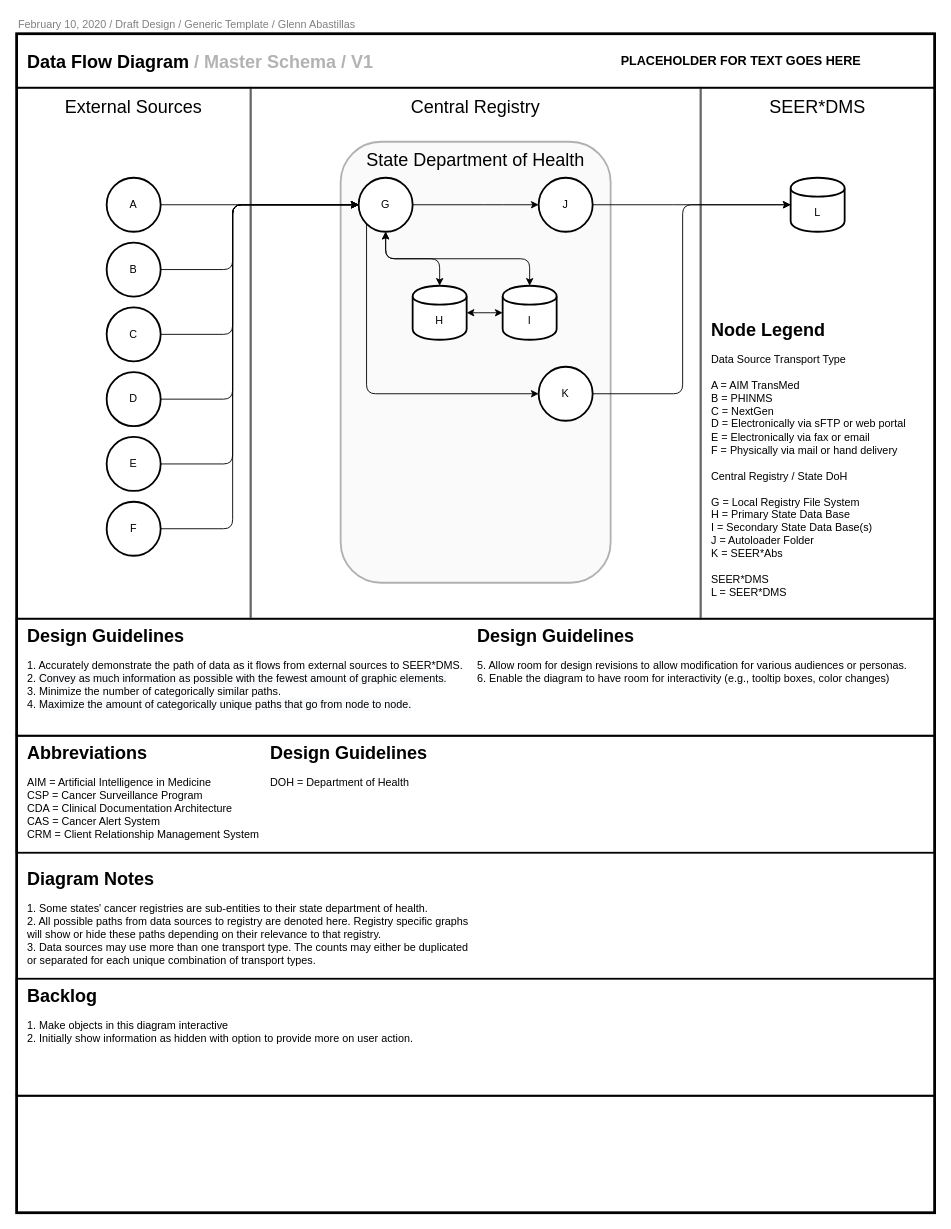
Before: page "master_schema" (1 of 4) of ws5/svg/master_schema.drawio in gabastil/nci-seer, a draw.io diagram. Source tidied: cells renumbered, new cells numbered last; positions are measured from the earlier drawing's top-left corner, leaving out a move shared by most shapes. Both pictures are drawn from the tidied source at 90%, with x=0, y=0 at pixel (16, 15).
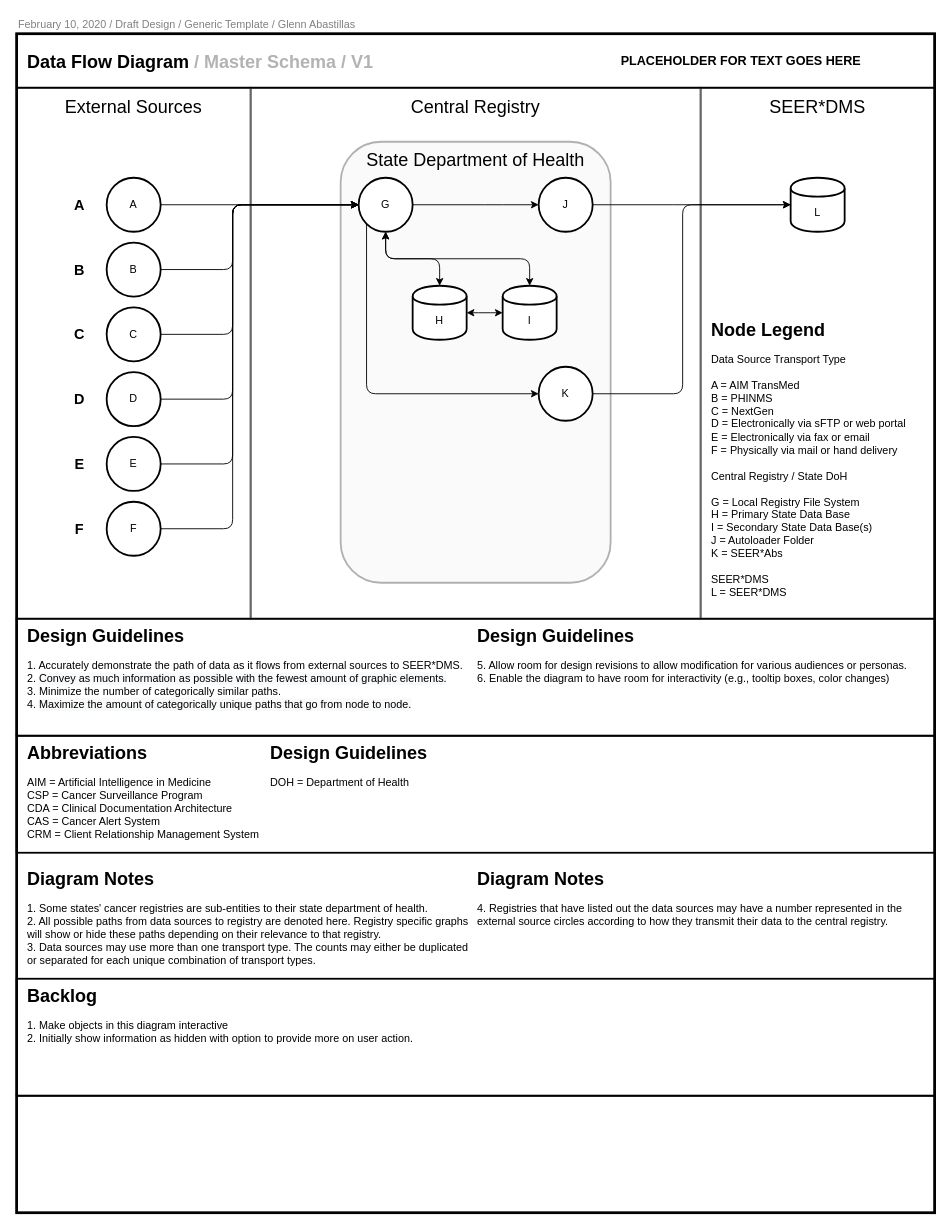
The same page after the edit.

The edit, as a diff of the source:
```diff
@@
+    <mxCell id="57" value="&lt;div align=&quot;left&quot; style=&quot;font-size: 20px&quot;&gt;&lt;font color=&quot;transparent&quot; style=&quot;font-size: 20px&quot;&gt;&lt;b&gt;Diagram Notes&lt;/b&gt;&lt;/font&gt;&lt;/div&gt;&lt;div align=&quot;left&quot; style=&quot;font-size: 12px&quot;&gt;&lt;font color=&quot;transparent&quot;&gt;&lt;/font&gt;&lt;br&gt;&lt;/div&gt;&lt;div align=&quot;left&quot; style=&quot;font-size: 12px&quot;&gt;4. Registries that have listed out the data sources may have a number represented in the external source circles according to how they transmit their data to the central registry.&lt;/div&gt;" style="rounded=0;whiteSpace=wrap;html=1;strokeWidth=4;fillColor=none;align=left;fontSize=12;fontStyle=0;strokeColor=none;verticalAlign=top;" parent="6" vertex="1">
+      <mxGeometry x="510" y="940" width="500" height="130" as="geometry" />
+    </mxCell>
@@
+    <mxCell id="58" value="A" style="ellipse;whiteSpace=wrap;html=1;strokeWidth=2;flipV=1;fillColor=none;strokeColor=none;fontSize=16;fontStyle=1;" parent="27" vertex="1">
+      <mxGeometry x="40" y="180" width="60" height="60" as="geometry" />
+    </mxCell>
+    <mxCell id="59" value="B" style="ellipse;whiteSpace=wrap;html=1;strokeWidth=2;flipV=1;fillColor=none;strokeColor=none;fontSize=16;fontStyle=1;" parent="27" vertex="1">
+      <mxGeometry x="40" y="252" width="60" height="60" as="geometry" />
+    </mxCell>
+    <mxCell id="60" value="C" style="ellipse;whiteSpace=wrap;html=1;strokeWidth=2;flipV=1;fillColor=none;strokeColor=none;fontSize=16;fontStyle=1;" parent="27" vertex="1">
+      <mxGeometry x="40" y="324" width="60" height="60" as="geometry" />
+    </mxCell>
+    <mxCell id="61" value="D" style="ellipse;whiteSpace=wrap;html=1;strokeWidth=2;flipV=1;fillColor=none;strokeColor=none;fontSize=16;fontStyle=1;" parent="27" vertex="1">
+      <mxGeometry x="40" y="396" width="60" height="60" as="geometry" />
+    </mxCell>
+    <mxCell id="62" value="E" style="ellipse;whiteSpace=wrap;html=1;strokeWidth=2;flipV=1;fillColor=none;strokeColor=none;fontSize=16;fontStyle=1;" parent="27" vertex="1">
+      <mxGeometry x="40" y="468" width="60" height="60" as="geometry" />
+    </mxCell>
+    <mxCell id="63" value="F" style="ellipse;whiteSpace=wrap;html=1;strokeWidth=2;flipV=1;fillColor=none;strokeColor=none;fontSize=16;fontStyle=1;" parent="27" vertex="1">
+      <mxGeometry x="40" y="540" width="60" height="60" as="geometry" />
+    </mxCell>
```
